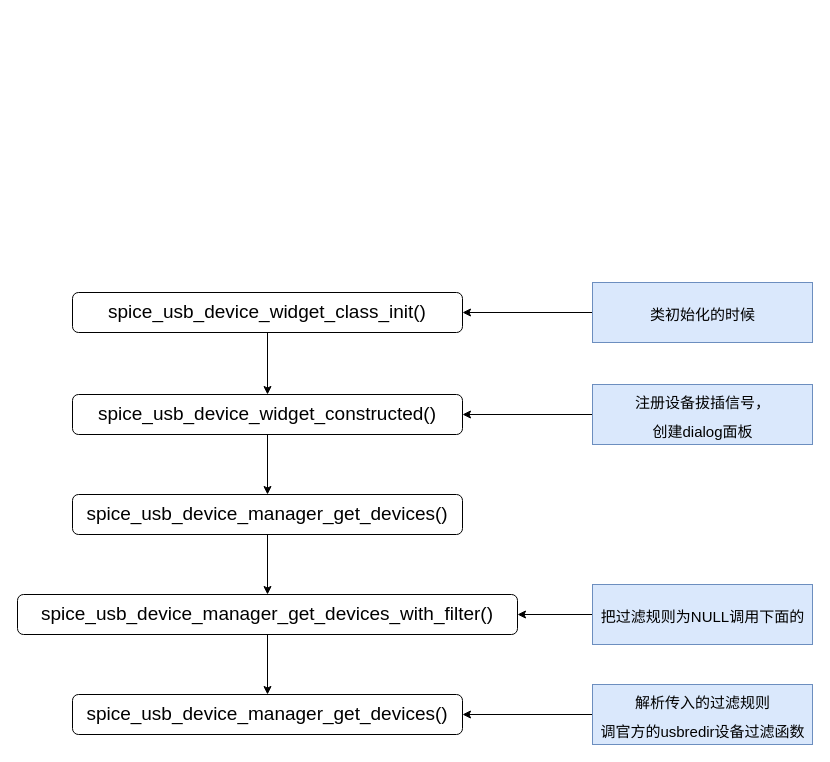
Before: 未命名绘图.drawio in leungbless/MD-, a draw.io diagram. Source tidied: cells renumbered, new cells numbered last; positions are measured from the earlier drawing's top-left corner, leaving out a move shared by most shapes. Both pictures are drawn from the tidied source at 100%, with x=0, y=0 at pixel (17, 282).
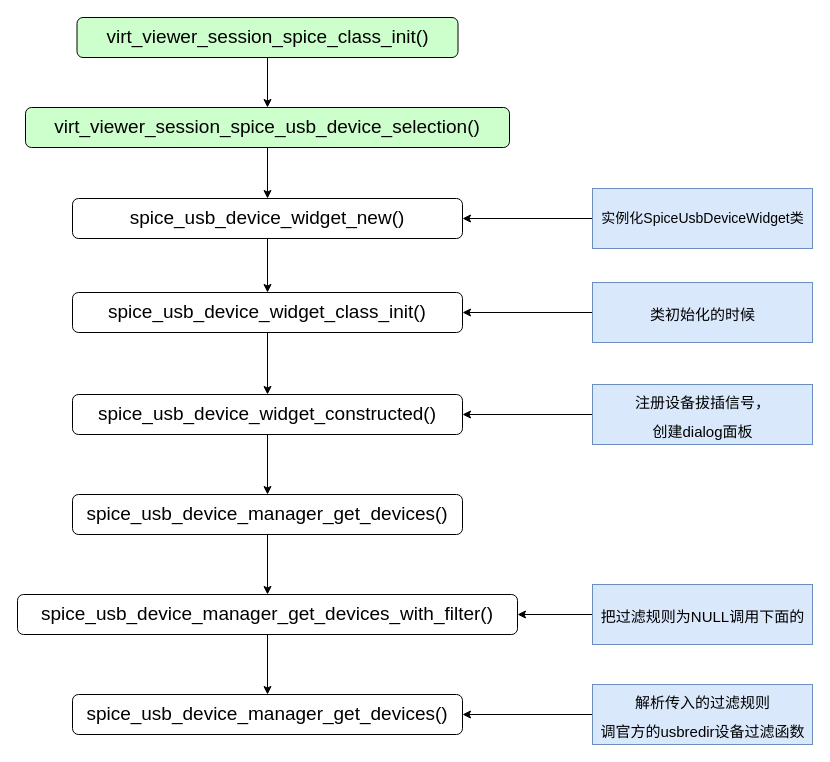
After the change.

The change refers to these unchanged cells:
```xml
<mxCell id="16" value="spice_usb_device_widget_class_init()" style="rounded=1;whiteSpace=wrap;html=1;fontSize=19;" parent="1" vertex="1">
  <mxGeometry x="55" y="10" width="390" height="40" as="geometry" />
</mxCell>
```

The edit, as a diff of the source:
```diff
@@
+    <mxCell id="19" style="edgeStyle=orthogonalEdgeStyle;rounded=0;jettySize=auto;html=1;" parent="1" edge="1" source="20" target="16">
+      <mxGeometry relative="1" as="geometry" />
+    </mxCell>
+    <mxCell id="20" value="spice_usb_device_widget_new()" style="rounded=1;whiteSpace=wrap;html=1;fontSize=19;" parent="1" vertex="1">
+      <mxGeometry x="55" y="-84" width="390" height="40" as="geometry" />
+    </mxCell>
+    <mxCell id="21" style="edgeStyle=orthogonalEdgeStyle;rounded=0;jettySize=auto;html=1;" parent="1" edge="1" source="22" target="20">
+      <mxGeometry relative="1" as="geometry" />
+    </mxCell>
+    <mxCell id="22" value="实例化SpiceUsbDeviceWidget类" style="text;strokeColor=#6c8ebf;fillColor=#dae8fc;html=1;fontSize=14;fontStyle=0;verticalAlign=middle;align=center;" parent="1" vertex="1">
+      <mxGeometry x="575" y="-94" width="220" height="60" as="geometry" />
+    </mxCell>
+    <mxCell id="23" style="edgeStyle=orthogonalEdgeStyle;rounded=0;jettySize=auto;html=1;" parent="1" edge="1" source="24" target="20">
+      <mxGeometry relative="1" as="geometry" />
+    </mxCell>
+    <mxCell id="24" value="virt_viewer_session_spice_usb_device_selection()" style="rounded=1;whiteSpace=wrap;html=1;fontSize=19;fillColor=#CCFFCC;" parent="1" vertex="1">
+      <mxGeometry x="8" y="-175" width="484" height="40" as="geometry" />
+    </mxCell>
+    <mxCell id="25" style="edgeStyle=orthogonalEdgeStyle;rounded=0;jettySize=auto;html=1;entryX=0.5;entryY=0;entryDx=0;entryDy=0;" parent="1" edge="1" source="26" target="24">
+      <mxGeometry relative="1" as="geometry" />
+    </mxCell>
+    <mxCell id="26" value="virt_viewer_session_spice_class_init()" style="rounded=1;whiteSpace=wrap;html=1;fontSize=19;labelBackgroundColor=none;fillColor=#CCFFCC;" parent="1" vertex="1">
+      <mxGeometry x="59.5" y="-265" width="381" height="40" as="geometry" />
+    </mxCell>
```
